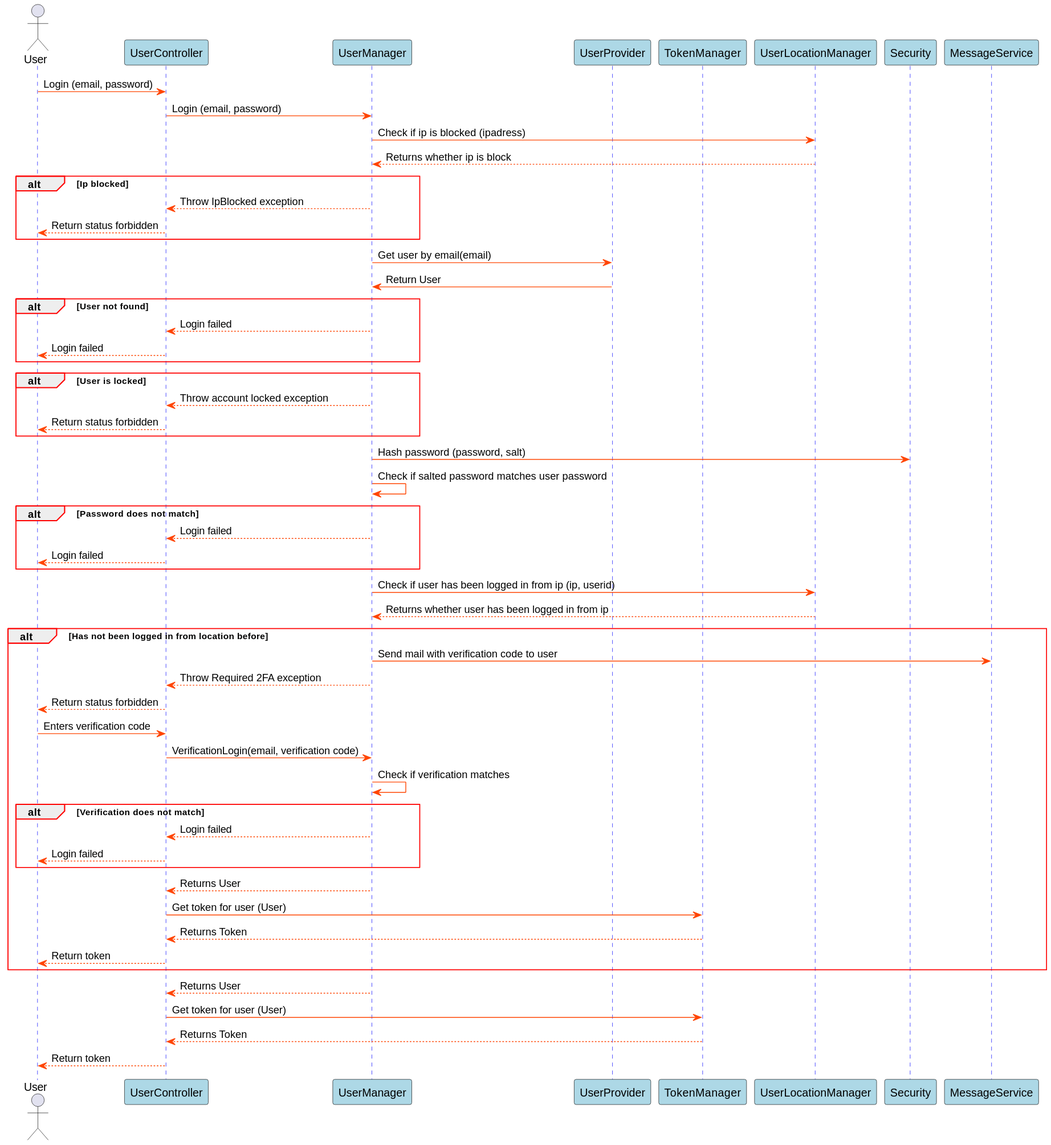
blackout1471/trust-us-school keeps this PlantUML diagram as Docs/out/SDDiagrams/LoginSD/Login SD.svg. Above is the earlier version.
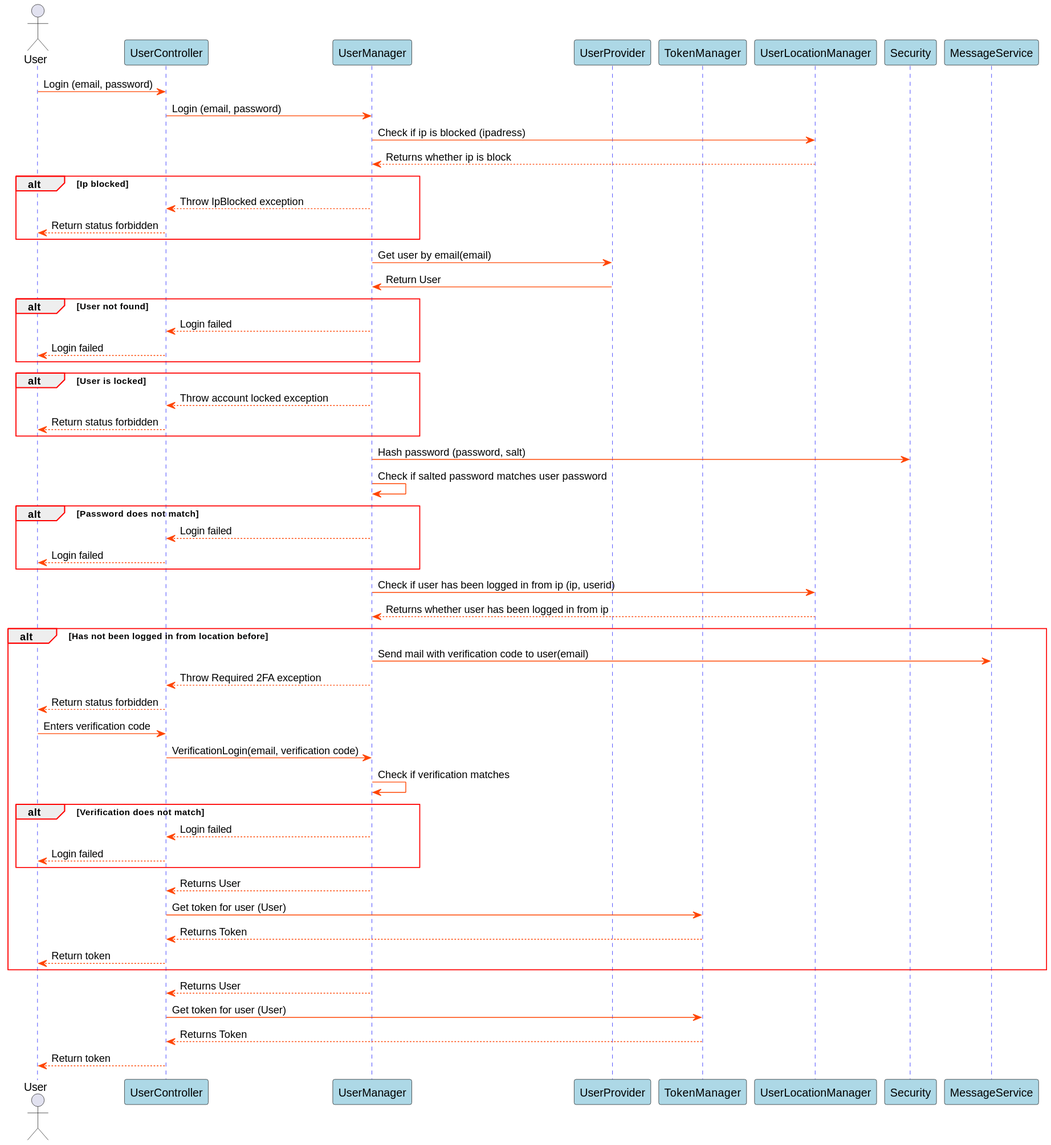
The same file after the commit.

Diff of the diagram source:
```diff
@@ -63,7 +63,7 @@
 
 alt Has not been logged in from location before
 
-UserManager->MessageService: Send mail with verification code to user
+UserManager->MessageService: Send mail with verification code to user(email)
 UserManager-->UserController: Throw Required 2FA exception
 UserController-->User: Return status forbidden
 User->UserController: Enters verification code
```
